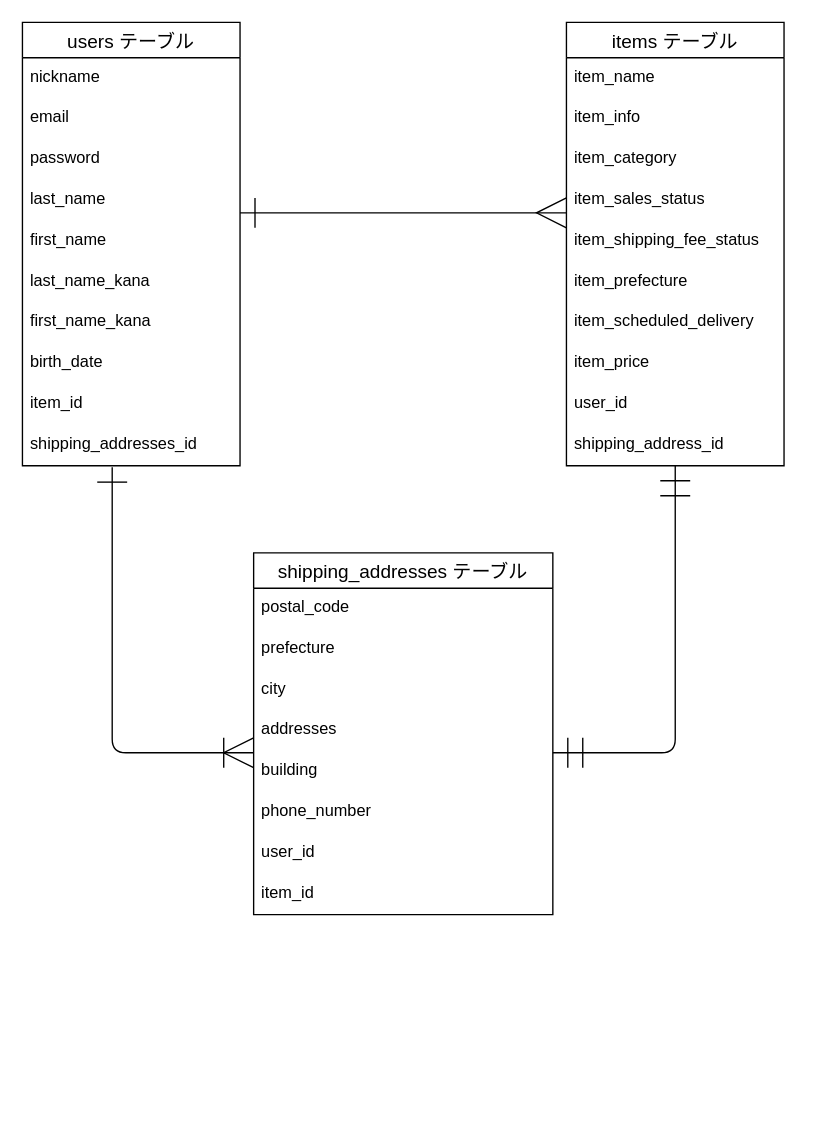
The draw.io diagram furima.dio in sanonekojita/furima-40014, before the edit. Source tidied: cells renumbered, new cells numbered last; positions are measured from the earlier drawing's top-left corner, leaving out a move shared by most shapes. Both pictures are drawn from the tidied source at 136%, with x=0, y=0 at pixel (22, 22).
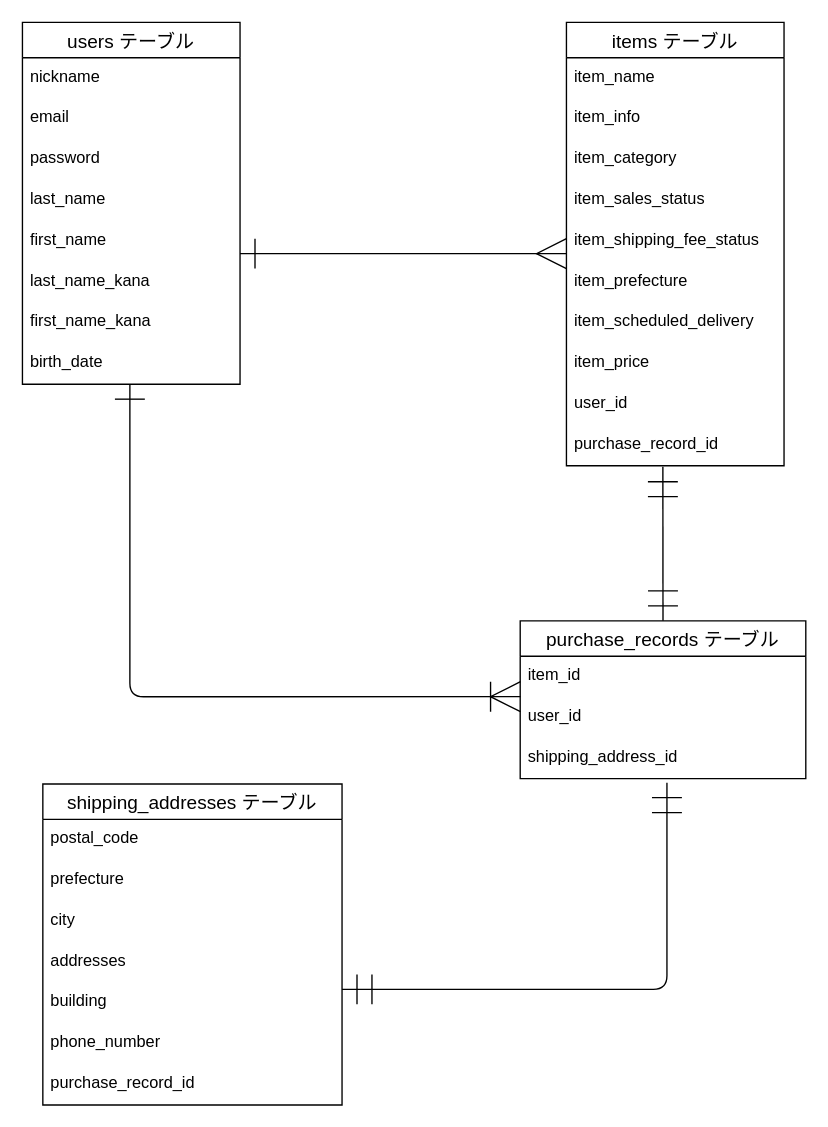
After the change.

Commit message (it also covers changes not shown here):
ER図/README記載

Unchanged cells that the change refers to:
```xml
<mxCell id="10" value="birth_date" style="text;strokeColor=none;fillColor=none;spacingLeft=4;spacingRight=4;overflow=hidden;points=[[0,0.5],[1,0.5]];portConstraint=eastwest;fontSize=12;" parent="2" vertex="1">
  <mxGeometry y="236" width="160" height="30" as="geometry" />
</mxCell>
<mxCell id="13" value="items テーブル" style="swimlane;fontStyle=0;horizontal=1;startSize=26;align=center;fontSize=14;" parent="1" vertex="1">
  <mxGeometry x="400" width="160" height="326" as="geometry" />
</mxCell>
```

What changed in the source:
```diff
@@
     <mxCell id="2" value="users テーブル" style="swimlane;fontStyle=0;horizontal=1;startSize=26;align=center;fontSize=14;" parent="1" vertex="1">
-      <mxGeometry width="160" height="326" as="geometry" />
+      <mxGeometry width="160" height="266" as="geometry" />
     </mxCell>
@@
-    <mxCell id="11" value="item_id" style="text;strokeColor=none;fillColor=none;spacingLeft=4;spacingRight=4;overflow=hidden;fontSize=12;" parent="2" vertex="1">
-      <mxGeometry y="266" width="160" height="30" as="geometry" />
-    </mxCell>
-    <mxCell id="12" value="shipping_addresses_id" style="text;strokeColor=none;fillColor=none;spacingLeft=4;spacingRight=4;overflow=hidden;fontSize=12;" parent="2" vertex="1">
-      <mxGeometry y="296" width="160" height="30" as="geometry" />
-    </mxCell>
@@
-    <mxCell id="23" value="shipping_address_id" style="text;strokeColor=none;fillColor=none;spacingLeft=4;spacingRight=4;overflow=hidden;fontSize=12;" parent="13" vertex="1">
-      <mxGeometry y="296" width="160" height="30" as="geometry" />
-    </mxCell>
+    <mxCell id="36" value="purchase_record_id" style="text;strokeColor=none;fillColor=none;spacingLeft=4;spacingRight=4;overflow=hidden;fontSize=12;" parent="13" vertex="1">
+      <mxGeometry y="296" width="160" height="30" as="geometry" />
+    </mxCell>
     <mxCell id="24" value="shipping_addresses テーブル" style="swimlane;fontStyle=0;horizontal=1;startSize=26;align=center;fontSize=14;" parent="1" vertex="1">
-      <mxGeometry x="170" y="390" width="220" height="266" as="geometry" />
+      <mxGeometry x="15" y="560" width="220" height="236" as="geometry" />
     </mxCell>
@@
-    <mxCell id="31" value="user_id" style="text;strokeColor=none;fillColor=none;spacingLeft=4;spacingRight=4;overflow=hidden;fontSize=12;" parent="24" vertex="1">
-      <mxGeometry y="206" width="220" height="30" as="geometry" />
-    </mxCell>
-    <mxCell id="32" value="item_id" style="text;strokeColor=none;fillColor=none;spacingLeft=4;spacingRight=4;overflow=hidden;fontSize=12;" parent="24" vertex="1">
-      <mxGeometry y="236" width="220" height="30" as="geometry" />
-    </mxCell>
+    <mxCell id="37" value="purchase_record_id" style="text;strokeColor=none;fillColor=none;spacingLeft=4;spacingRight=4;overflow=hidden;fontSize=12;" parent="24" vertex="1">
+      <mxGeometry y="206" width="220" height="30" as="geometry" />
+    </mxCell>
     <mxCell id="33" style="edgeStyle=entityRelationEdgeStyle;fontSize=12;html=1;endArrow=ERmany;startArrow=ERone;strokeWidth=1;startSize=20;endSize=20;targetPerimeterSpacing=0;sourcePerimeterSpacing=0;startFill=0;endFill=0;" parent="1" edge="1">
       <mxGeometry relative="1" as="geometry">
-        <mxPoint x="160" y="140" as="sourcePoint" />
-        <mxPoint x="400" y="140" as="targetPoint" />
+        <mxPoint x="160" y="170" as="sourcePoint" />
+        <mxPoint x="400" y="170" as="targetPoint" />
       </mxGeometry>
     </mxCell>
-    <mxCell id="34" style="edgeStyle=orthogonalEdgeStyle;fontSize=12;html=1;endArrow=ERmandOne;startArrow=ERmandOne;strokeWidth=1;startSize=20;endSize=20;sourcePerimeterSpacing=0;targetPerimeterSpacing=0;" parent="1" edge="1">
+    <mxCell id="34" style="edgeStyle=orthogonalEdgeStyle;fontSize=12;html=1;endArrow=ERmandOne;startArrow=ERmandOne;strokeWidth=1;startSize=20;endSize=20;sourcePerimeterSpacing=0;targetPerimeterSpacing=0;entryX=0.471;entryY=1.1;entryDx=0;entryDy=0;entryPerimeter=0;" parent="1" edge="1">
       <mxGeometry relative="1" as="geometry">
-        <mxPoint x="390" y="537" as="sourcePoint" />
-        <mxPoint x="480" y="326" as="targetPoint" />
+        <mxPoint x="235" y="711" as="sourcePoint" />
+        <mxPoint x="473.9" y="559" as="targetPoint" />
         <Array as="points">
-          <mxPoint x="480" y="537" />
+          <mxPoint x="474" y="711" />
         </Array>
       </mxGeometry>
     </mxCell>
-    <mxCell id="35" style="edgeStyle=orthogonalEdgeStyle;fontSize=12;html=1;endArrow=ERoneToMany;startSize=20;endSize=20;entryX=0;entryY=0.133;entryDx=0;entryDy=0;entryPerimeter=0;startArrow=ERone;startFill=0;" parent="1" edge="1">
+    <mxCell id="35" style="edgeStyle=orthogonalEdgeStyle;fontSize=12;html=1;endArrow=ERoneToMany;startSize=20;endSize=20;startArrow=ERone;startFill=0;entryX=0.001;entryY=0.992;entryDx=0;entryDy=0;entryPerimeter=0;" parent="1" edge="1" source="10" target="39">
       <mxGeometry relative="1" as="geometry">
-        <mxPoint x="66" y="327" as="sourcePoint" />
-        <mxPoint x="170" y="537" as="targetPoint" />
         <Array as="points">
-          <mxPoint x="66" y="537" />
+          <mxPoint x="79" y="496" />
         </Array>
       </mxGeometry>
     </mxCell>
+    <mxCell id="38" value="purchase_records テーブル" style="swimlane;fontStyle=0;horizontal=1;startSize=26;align=center;fontSize=14;" parent="1" vertex="1">
+      <mxGeometry x="366" y="440" width="210" height="116" as="geometry" />
+    </mxCell>
+    <mxCell id="39" value="item_id" style="text;strokeColor=none;fillColor=none;spacingLeft=4;spacingRight=4;overflow=hidden;points=[[0,0.5],[1,0.5]];portConstraint=eastwest;fontSize=12;" parent="38" vertex="1">
+      <mxGeometry y="26" width="210" height="30" as="geometry" />
+    </mxCell>
+    <mxCell id="31" value="user_id" style="text;strokeColor=none;fillColor=none;spacingLeft=4;spacingRight=4;overflow=hidden;fontSize=12;" parent="38" vertex="1">
+      <mxGeometry y="56" width="210" height="30" as="geometry" />
+    </mxCell>
+    <mxCell id="23" value="shipping_address_id" style="text;strokeColor=none;fillColor=none;spacingLeft=4;spacingRight=4;overflow=hidden;fontSize=12;" parent="38" vertex="1">
+      <mxGeometry y="86" width="210" height="30" as="geometry" />
+    </mxCell>
+    <mxCell id="40" style="fontSize=12;html=1;endArrow=ERmandOne;startArrow=ERmandOne;startSize=20;endSize=20;entryX=0.443;entryY=1.09;entryDx=0;entryDy=0;entryPerimeter=0;" parent="1" edge="1">
+      <mxGeometry relative="1" as="geometry">
+        <mxPoint x="471" y="440" as="sourcePoint" />
+        <mxPoint x="470.9" y="326.7" as="targetPoint" />
+      </mxGeometry>
+    </mxCell>
```
